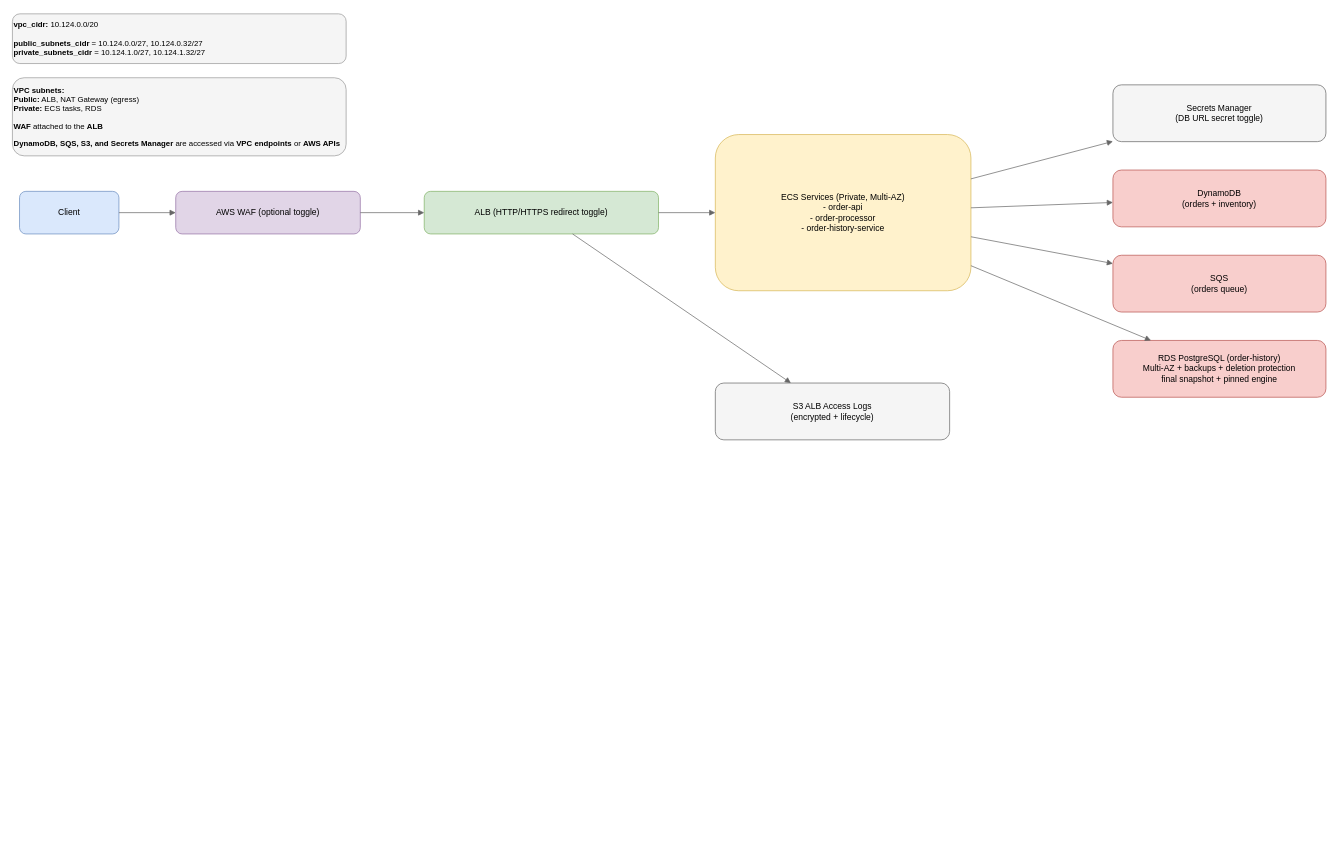
Earlier version of the draw.io diagram cloudops-technical-assessment/deliverables/architecture-current.drawio (shafinrahman-hash/scopely). Source tidied: cells renumbered, new cells numbered last; positions are measured from the earlier drawing's top-left corner, leaving out a move shared by most shapes. Both pictures are drawn from the tidied source at 71%, with x=0, y=0 at pixel (12, 13).
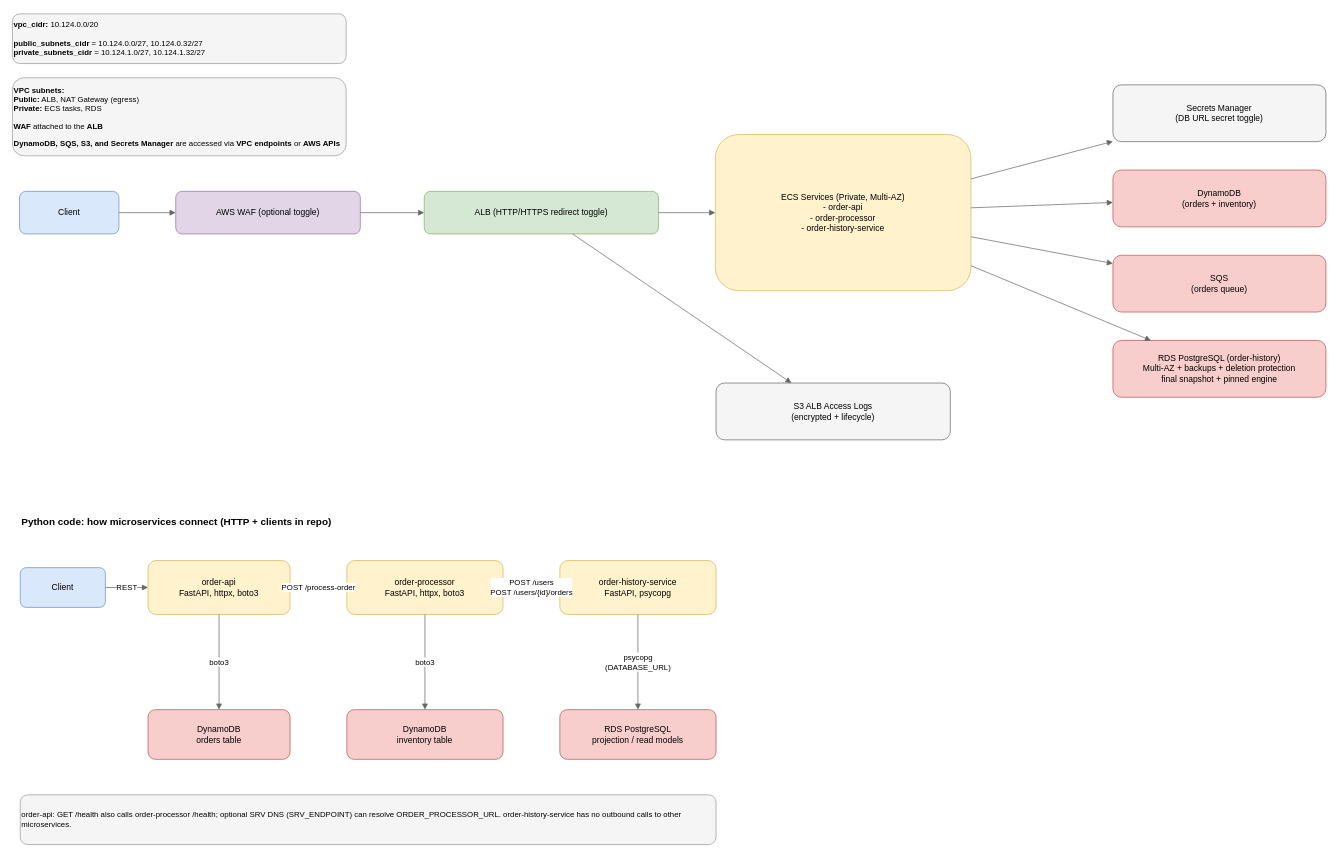
The same diagram, later.

Diff of the diagram source:
```diff
@@
     <mxCell id="10" value="S3 ALB Access Logs&#10;(encrypted + lifecycle)" style="rounded=1;whiteSpace=wrap;html=1;fillColor=#f5f5f5;strokeColor=#666666;" parent="1" vertex="1">
-      <mxGeometry x="990" y="520" width="330" height="80" as="geometry" />
+      <mxGeometry x="991" y="520" width="330" height="80" as="geometry" />
     </mxCell>
@@
+    <mxCell id="21" value="Python code: how microservices connect (HTTP + clients in repo)" style="text;html=1;strokeColor=none;fillColor=none;align=left;verticalAlign=middle;fontSize=14;fontStyle=1;" parent="1" vertex="1">
+      <mxGeometry x="11" y="700" width="720" height="30" as="geometry" />
+    </mxCell>
+    <mxCell id="22" value="Client" style="rounded=1;whiteSpace=wrap;html=1;fillColor=#dae8fc;strokeColor=#6c8ebf;" parent="1" vertex="1">
+      <mxGeometry x="11" y="780" width="120" height="56" as="geometry" />
+    </mxCell>
+    <mxCell id="23" value="order-api&#10;FastAPI, httpx, boto3" style="rounded=1;whiteSpace=wrap;html=1;fillColor=#fff2cc;strokeColor=#d6b656;" parent="1" vertex="1">
+      <mxGeometry x="191" y="770" width="200" height="76" as="geometry" />
+    </mxCell>
+    <mxCell id="24" value="order-processor&#10;FastAPI, httpx, boto3" style="rounded=1;whiteSpace=wrap;html=1;fillColor=#fff2cc;strokeColor=#d6b656;" parent="1" vertex="1">
+      <mxGeometry x="471" y="770" width="220" height="76" as="geometry" />
+    </mxCell>
+    <mxCell id="25" value="order-history-service&#10;FastAPI, psycopg" style="rounded=1;whiteSpace=wrap;html=1;fillColor=#fff2cc;strokeColor=#d6b656;" parent="1" vertex="1">
+      <mxGeometry x="771" y="770" width="220" height="76" as="geometry" />
+    </mxCell>
+    <mxCell id="26" value="DynamoDB&#10;orders table" style="rounded=1;whiteSpace=wrap;html=1;fillColor=#f8cecc;strokeColor=#b85450;" parent="1" vertex="1">
+      <mxGeometry x="191" y="980" width="200" height="70" as="geometry" />
+    </mxCell>
+    <mxCell id="27" value="DynamoDB&#10;inventory table" style="rounded=1;whiteSpace=wrap;html=1;fillColor=#f8cecc;strokeColor=#b85450;" parent="1" vertex="1">
+      <mxGeometry x="471" y="980" width="220" height="70" as="geometry" />
+    </mxCell>
+    <mxCell id="28" value="RDS PostgreSQL&#10;projection / read models" style="rounded=1;whiteSpace=wrap;html=1;fillColor=#f8cecc;strokeColor=#b85450;" parent="1" vertex="1">
+      <mxGeometry x="771" y="980" width="220" height="70" as="geometry" />
+    </mxCell>
+    <mxCell id="29" value="REST" style="endArrow=block;html=1;strokeColor=#666666;" parent="1" edge="1" source="22" target="23">
+      <mxGeometry relative="1" as="geometry" />
+    </mxCell>
+    <mxCell id="30" value="POST /process-order" style="endArrow=block;html=1;strokeColor=#666666;" parent="1" edge="1" source="23" target="24">
+      <mxGeometry relative="1" as="geometry" />
+    </mxCell>
+    <mxCell id="31" value="POST /users&#10;POST /users/{id}/orders" style="endArrow=block;html=1;strokeColor=#666666;" parent="1" edge="1" source="24" target="25">
+      <mxGeometry relative="1" as="geometry" />
+    </mxCell>
+    <mxCell id="32" value="boto3" style="endArrow=block;html=1;strokeColor=#666666;exitX=0.5;exitY=1;exitDx=0;exitDy=0;entryX=0.5;entryY=0;entryDx=0;entryDy=0;" parent="1" edge="1" source="23" target="26">
+      <mxGeometry relative="1" as="geometry" />
+    </mxCell>
+    <mxCell id="33" value="boto3" style="endArrow=block;html=1;strokeColor=#666666;exitX=0.5;exitY=1;exitDx=0;exitDy=0;entryX=0.5;entryY=0;entryDx=0;entryDy=0;" parent="1" edge="1" source="24" target="27">
+      <mxGeometry relative="1" as="geometry" />
+    </mxCell>
+    <mxCell id="34" value="psycopg&#10;(DATABASE_URL)" style="endArrow=block;html=1;strokeColor=#666666;exitX=0.5;exitY=1;exitDx=0;exitDy=0;entryX=0.5;entryY=0;entryDx=0;entryDy=0;" parent="1" edge="1" source="25" target="28">
+      <mxGeometry relative="1" as="geometry" />
+    </mxCell>
+    <mxCell id="35" value="order-api: GET /health also calls order-processor /health; optional SRV DNS (SRV_ENDPOINT) can resolve ORDER_PROCESSOR_URL. order-history-service has no outbound calls to other microservices." style="rounded=1;whiteSpace=wrap;html=1;align=left;fillColor=#f5f5f5;strokeColor=#999999;fontSize=11;" parent="1" vertex="1">
+      <mxGeometry x="11" y="1100" width="980" height="70" as="geometry" />
+    </mxCell>
```
